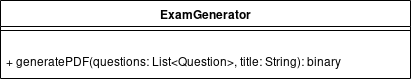
The draw.io diagram docs/diagrams/exam-generator-class-diagram.png in utec-cs2901-2019-2/easy-exam-grupo-iii, before a commit. Source tidied: cells renumbered, new cells last; positions are measured from the earlier drawing's top-left corner, leaving out a move shared by most shapes.
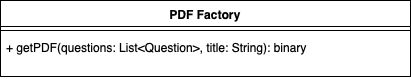
Above is the later version.

Commit message:
Added exam generator class diagram

Change to the diagram source:
```diff
@@ -2,14 +2,14 @@
   <root>
     <mxCell id="0" />
     <mxCell id="1" parent="0" />
-    <mxCell id="2" value="ExamGenerator" style="swimlane;fontStyle=1;align=center;verticalAlign=top;horizontal=1;startSize=26;" parent="1" vertex="1">
-      <mxGeometry width="410" height="78" as="geometry" />
-    </mxCell>
+    <mxCell id="5" value="PDF Factory" style="swimlane;fontStyle=1;align=center;verticalAlign=top;horizontal=1;startSize=26;" parent="1" vertex="1">
+      <mxGeometry x="40" y="233" width="410" height="76" as="geometry" />
+    </mxCell>
-    <mxCell id="3" style="line;strokeWidth=1;fillColor=none;align=left;verticalAlign=middle;spacingTop=-1;spacingLeft=3;spacingRight=3;labelPosition=right;" parent="2" vertex="1">
+    <mxCell id="3" style="line;strokeWidth=1;fillColor=none;align=left;verticalAlign=middle;spacingTop=-1;spacingLeft=3;spacingRight=3;labelPosition=right;" parent="5" vertex="1">
       <mxGeometry y="26" width="410" height="8" as="geometry" />
     </mxCell>
-    <mxCell id="4" value="&#10;+ generatePDF(questions: List&lt;Question&gt;, title: String): binary&#10;" style="text;strokeColor=none;fillColor=none;align=left;verticalAlign=top;spacingLeft=4;spacingRight=4;overflow=hidden;" parent="2" vertex="1">
-      <mxGeometry y="34" width="410" height="44" as="geometry" />
-    </mxCell>
+    <mxCell id="6" value="+ getPDF(questions: List&lt;Question&gt;, title: String): binary" style="text;strokeColor=none;fillColor=none;align=left;verticalAlign=top;spacingLeft=4;spacingRight=4;overflow=hidden;" parent="5" vertex="1">
+      <mxGeometry y="34" width="410" height="42" as="geometry" />
+    </mxCell>
   </root>
 </mxGraphModel>
```
